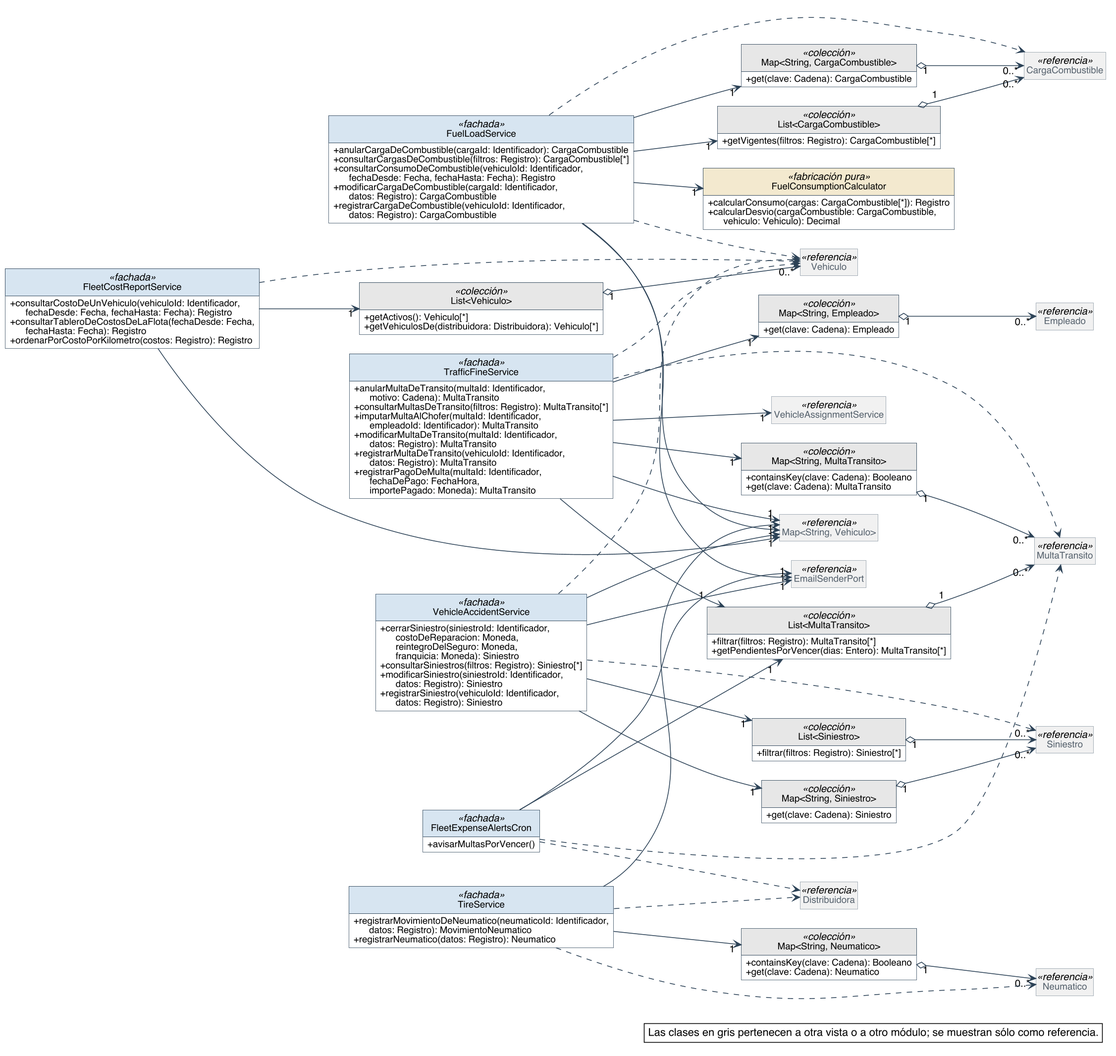
Earlier version of the PlantUML export diagramas/clases-diseno/DC_Mod_Flota-gastos.png (Nahuelito-Dev/splg-docs).
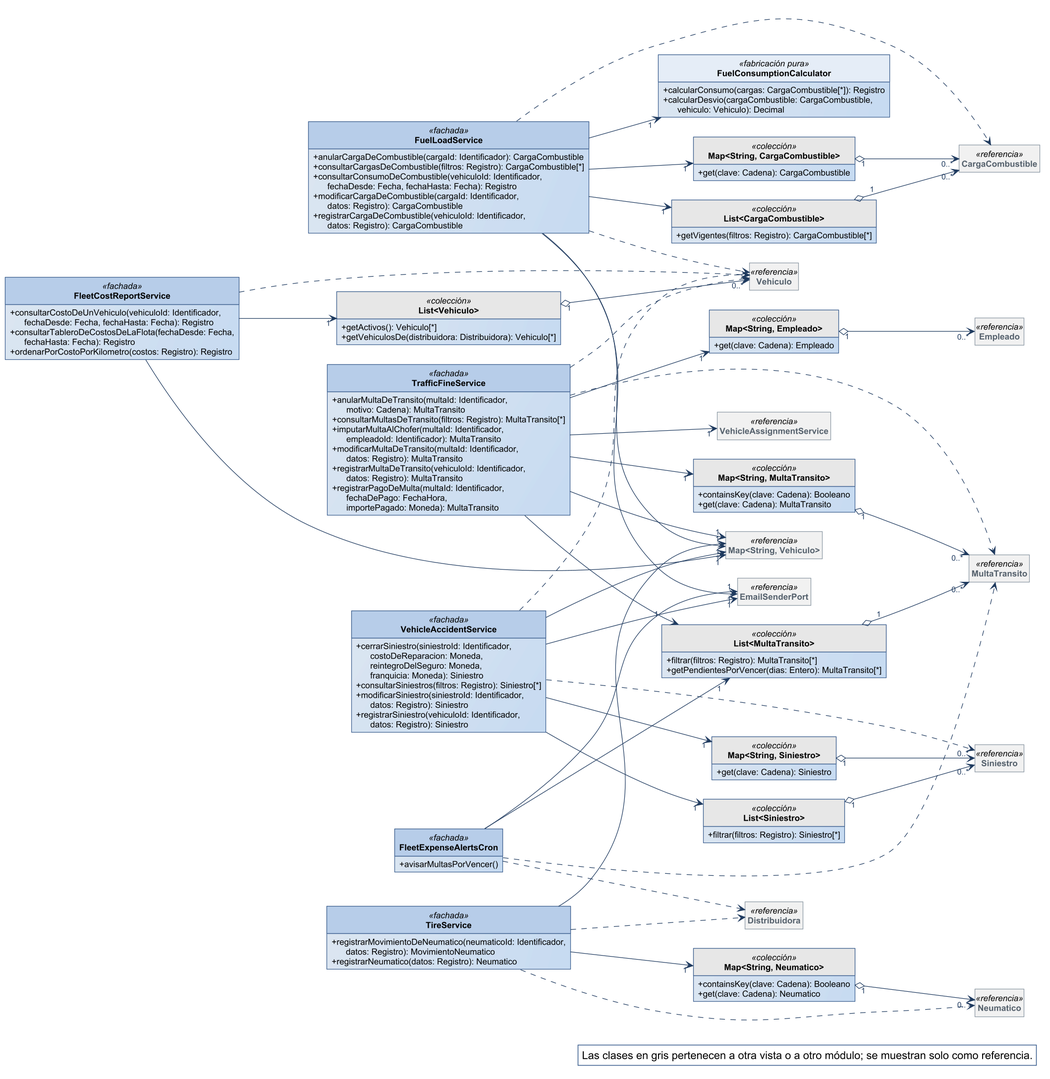
The same file after the commit.

What changed in the source:
```diff
@@ -1,59 +1,29 @@
 @startuml
-skinparam backgroundColor #FFFFFF
-skinparam shadowing false
-skinparam defaultFontName Helvetica
-skinparam defaultFontSize 13
-skinparam dpi 150
+!include ../estilo-vp.iuml
 skinparam nodesep 40
 skinparam ranksep 55
-skinparam classAttributeIconSize 0
-skinparam roundCorner 0
 skinparam genericDisplay old
-skinparam class {
-  BorderColor #2C4257
-  BackgroundColor #FFFFFF
-  ArrowColor #2C4257
-  FontSize 14
-  AttributeFontSize 12
-  HeaderBackgroundColor #E8EEF3
-}
 skinparam class<<referencia>> {
   BackgroundColor #F1F1F1
   BorderColor #8A97A3
   FontColor #55616C
 }
 skinparam class<<fachada>> {
-  HeaderBackgroundColor #D6E4F0
+  HeaderBackgroundColor #B7CDE8
 }
 skinparam class<<controlador>> {
-  HeaderBackgroundColor #D6E4F0
+  HeaderBackgroundColor #B7CDE8
 }
 skinparam class<<fabricación pura>> {
-  HeaderBackgroundColor #F3E9CF
+  HeaderBackgroundColor #E4ECF6
 }
 skinparam class<<colección>> {
   HeaderBackgroundColor #E6E6E6
 }
 skinparam class<<adaptador>> {
-  HeaderBackgroundColor #DCEBDD
-}
-skinparam interface {
-  BorderColor #2C4257
-  BackgroundColor #FFFFFF
-  HeaderBackgroundColor #DCEBDD
-  FontSize 14
-  AttributeFontSize 12
-}
-skinparam note {
-  BackgroundColor #FFFFFF
-  BorderColor #2C4257
+  HeaderBackgroundColor #D5E3F3
 }
 skinparam packageStyle rectangle
-skinparam package {
-  BorderColor #8A97A3
-  FontSize 13
-  FontColor #55616C
-}
 hide circle
 hide empty members
 
@@ -66,12 +36,6 @@
   + consultarConsumoDeCombustible(vehiculoId: Identificador,\n      fechaDesde: Fecha, fechaHasta: Fecha): Registro
   + modificarCargaDeCombustible(cargaId: Identificador,\n      datos: Registro): CargaCombustible
   + registrarCargaDeCombustible(vehiculoId: Identificador,\n      datos: Registro): CargaCombustible
-}
-class "Map<String, CargaCombustible>" as Map_String_CargaCombustible <<colección>> {
-  + get(clave: Cadena): CargaCombustible
-}
-class "List<CargaCombustible>" as List_CargaCombustible <<colección>> {
-  + getVigentes(filtros: Registro): CargaCombustible[*]
 }
 class FuelConsumptionCalculator <<fabricación pura>> {
   + calcularConsumo(cargas: CargaCombustible[*]): Registro
@@ -89,21 +53,11 @@
   + containsKey(clave: Cadena): Booleano
   + get(clave: Cadena): MultaTransito
 }
-class FleetExpenseAlertsCron <<fachada>> {
-  + avisarMultasPorVencer()
-}
-class "List<MultaTransito>" as List_MultaTransito <<colección>> {
-  + filtrar(filtros: Registro): MultaTransito[*]
-  + getPendientesPorVencer(dias: Entero): MultaTransito[*]
-}
 class VehicleAccidentService <<fachada>> {
   + cerrarSiniestro(siniestroId: Identificador,\n      costoDeReparacion: Moneda,\n      reintegroDelSeguro: Moneda,\n      franquicia: Moneda): Siniestro
   + consultarSiniestros(filtros: Registro): Siniestro[*]
   + modificarSiniestro(siniestroId: Identificador,\n      datos: Registro): Siniestro
   + registrarSiniestro(vehiculoId: Identificador,\n      datos: Registro): Siniestro
-}
-class "List<Siniestro>" as List_Siniestro <<colección>> {
-  + filtrar(filtros: Registro): Siniestro[*]
 }
 class "Map<String, Siniestro>" as Map_String_Siniestro <<colección>> {
   + get(clave: Cadena): Siniestro
@@ -115,6 +69,22 @@
 class "Map<String, Neumatico>" as Map_String_Neumatico <<colección>> {
   + containsKey(clave: Cadena): Booleano
   + get(clave: Cadena): Neumatico
+}
+class "Map<String, CargaCombustible>" as Map_String_CargaCombustible <<colección>> {
+  + get(clave: Cadena): CargaCombustible
+}
+class "List<CargaCombustible>" as List_CargaCombustible <<colección>> {
+  + getVigentes(filtros: Registro): CargaCombustible[*]
+}
+class "List<MultaTransito>" as List_MultaTransito <<colección>> {
+  + filtrar(filtros: Registro): MultaTransito[*]
+  + getPendientesPorVencer(dias: Entero): MultaTransito[*]
+}
+class FleetExpenseAlertsCron <<fachada>> {
+  + avisarMultasPorVencer()
+}
+class "List<Siniestro>" as List_Siniestro <<colección>> {
+  + filtrar(filtros: Registro): Siniestro[*]
 }
 class "Map<String, Empleado>" as Map_String_Empleado <<colección>> {
   + get(clave: Cadena): Empleado
@@ -130,10 +100,10 @@
 }
 class Vehiculo <<referencia>>
 class Empleado <<referencia>>
-class CargaCombustible <<referencia>>
 class MultaTransito <<referencia>>
 class Siniestro <<referencia>>
 class Neumatico <<referencia>>
+class CargaCombustible <<referencia>>
 class "Map<String, Vehiculo>" as Map_String_Vehiculo <<referencia>>
 class EmailSenderPort <<referencia>>
 class VehicleAssignmentService <<referencia>>
@@ -141,13 +111,13 @@
 
 List_Vehiculo "1" o--> "0..*" Vehiculo
 Map_String_Empleado "1" o--> "0..*" Empleado
+Map_String_MultaTransito "1" o--> "0..*" MultaTransito
+Map_String_Siniestro "1" o--> "0..*" Siniestro
+Map_String_Neumatico "1" o--> "0..*" Neumatico
 Map_String_CargaCombustible "1" o--> "0..*" CargaCombustible
 List_CargaCombustible "1" o--> "0..*" CargaCombustible
-Map_String_MultaTransito "1" o--> "0..*" MultaTransito
 List_MultaTransito "1" o--> "0..*" MultaTransito
 List_Siniestro "1" o--> "0..*" Siniestro
-Map_String_Siniestro "1" o--> "0..*" Siniestro
-Map_String_Neumatico "1" o--> "0..*" Neumatico
 FleetCostReportService --> "1" List_Vehiculo
 FleetCostReportService --> "1" Map_String_Vehiculo
 FleetExpenseAlertsCron --> "1" EmailSenderPort
@@ -181,6 +151,6 @@
 VehicleAccidentService ..> Vehiculo
 
 legend bottom right
-  Las clases en gris pertenecen a otra vista o a otro módulo; se muestran sólo como referencia.
+  Las clases en gris pertenecen a otra vista o a otro módulo; se muestran solo como referencia.
 endlegend
 @enduml
```
